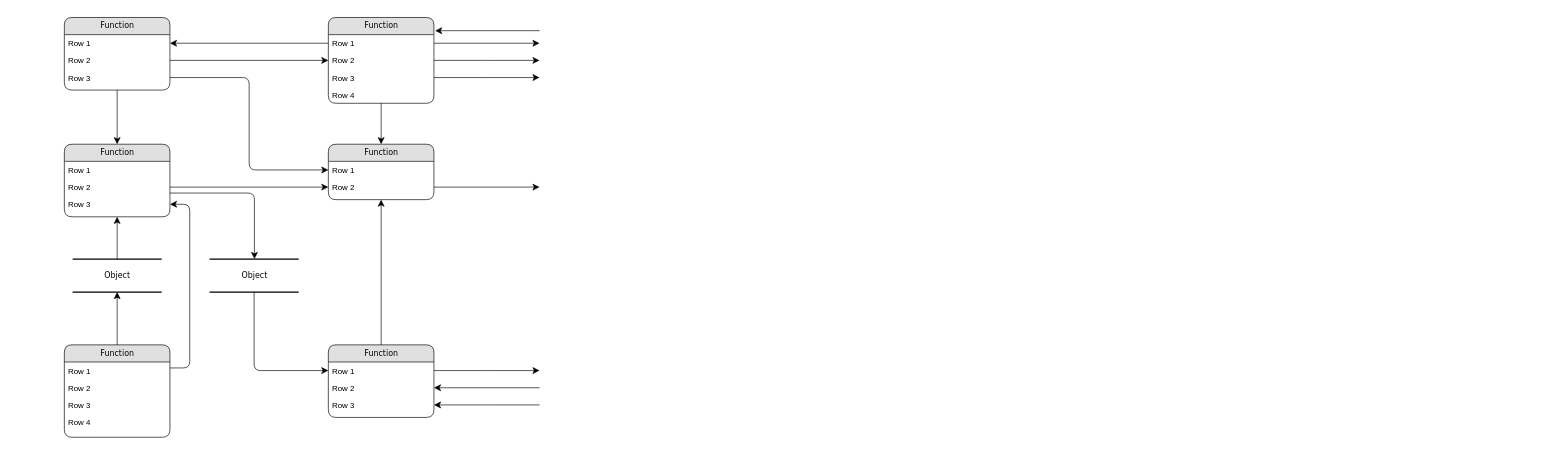
Above: Диаграмма без названия.drawio in mih-ap/dwaw.io (draw.io), before the change. Source tidied: cells renumbered, new cells numbered last; positions are measured from the earlier drawing's top-left corner, leaving out a move shared by most shapes. Both pictures are drawn from the tidied source at 66%, with x=0, y=0 at pixel (64, 17).
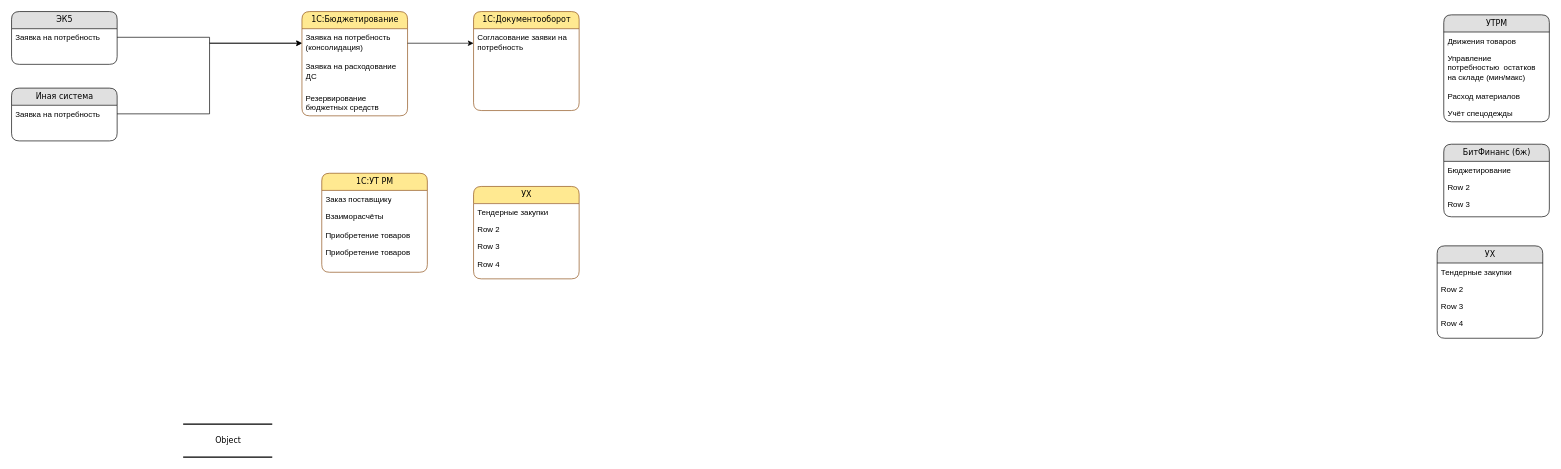
The same page after the edit.

The change refers to these unchanged cells:
```xml
<mxCell id="14" value="Row 2" style="text;html=1;strokeColor=none;fillColor=none;spacingLeft=4;spacingRight=4;whiteSpace=wrap;overflow=hidden;points=[[0,0.5],[1,0.5]];portConstraint=eastwest;" parent="12" vertex="1">
  <mxGeometry y="52" width="160" height="26" as="geometry" />
</mxCell>
<mxCell id="15" value="Row 3" style="text;html=1;strokeColor=none;fillColor=none;spacingLeft=4;spacingRight=4;whiteSpace=wrap;overflow=hidden;points=[[0,0.5],[1,0.5]];portConstraint=eastwest;" parent="12" vertex="1">
  <mxGeometry y="78" width="160" height="26" as="geometry" />
</mxCell>
```

Diff of the diagram source:
```diff
@@
     <mxCell id="2" value="Object" style="html=1;rounded=0;shadow=0;comic=0;labelBackgroundColor=none;strokeWidth=2;fontFamily=Verdana;fontSize=12;align=center;shape=mxgraph.ios7ui.horLines;" parent="1" vertex="1">
-      <mxGeometry x="12.5" y="366" width="135" height="50" as="geometry" />
+      <mxGeometry x="180" y="616" width="135" height="50" as="geometry" />
     </mxCell>
-    <mxCell id="3" value="Function" style="swimlane;html=1;fontStyle=0;horizontal=1;startSize=26;fillColor=#e0e0e0;swimlaneFillColor=#ffffff;align=center;rounded=1;shadow=0;comic=0;labelBackgroundColor=none;strokeWidth=1;fontFamily=Verdana;fontSize=12;" parent="1" vertex="1">
-      <mxGeometry width="160" height="110" as="geometry" />
+    <mxCell id="3" value="УТРМ" style="swimlane;html=1;fontStyle=0;horizontal=1;startSize=26;fillColor=#e0e0e0;swimlaneFillColor=#ffffff;align=center;rounded=1;shadow=0;comic=0;labelBackgroundColor=none;strokeWidth=1;fontFamily=Verdana;fontSize=12;" parent="1" vertex="1">
+      <mxGeometry x="2090" y="-4" width="160" height="162" as="geometry" />
     </mxCell>
-    <mxCell id="4" value="Row 1" style="text;html=1;strokeColor=none;fillColor=none;spacingLeft=4;spacingRight=4;whiteSpace=wrap;overflow=hidden;points=[[0,0.5],[1,0.5]];portConstraint=eastwest;" parent="3" vertex="1">
+    <mxCell id="4" value="Движения товаров" style="text;html=1;strokeColor=none;fillColor=none;spacingLeft=4;spacingRight=4;whiteSpace=wrap;overflow=hidden;points=[[0,0.5],[1,0.5]];portConstraint=eastwest;" parent="3" vertex="1">
       <mxGeometry y="26" width="160" height="26" as="geometry" />
     </mxCell>
-    <mxCell id="5" value="Row 2" style="text;html=1;strokeColor=none;fillColor=none;spacingLeft=4;spacingRight=4;whiteSpace=wrap;overflow=hidden;points=[[0,0.5],[1,0.5]];portConstraint=eastwest;" parent="3" vertex="1">
-      <mxGeometry y="52" width="160" height="26" as="geometry" />
+    <mxCell id="5" value="Управление потребностью&amp;nbsp; остатков на складе (мин/макс)" style="text;html=1;strokeColor=none;fillColor=none;spacingLeft=4;spacingRight=4;whiteSpace=wrap;overflow=hidden;points=[[0,0.5],[1,0.5]];portConstraint=eastwest;" parent="3" vertex="1">
+      <mxGeometry y="52" width="160" height="58" as="geometry" />
     </mxCell>
-    <mxCell id="6" value="Row 3" style="text;html=1;strokeColor=none;fillColor=none;spacingLeft=4;spacingRight=4;whiteSpace=wrap;overflow=hidden;points=[[0,0.5],[1,0.5]];portConstraint=eastwest;" parent="3" vertex="1">
-      <mxGeometry y="78" width="160" height="26" as="geometry" />
+    <mxCell id="6" value="Расход материалов" style="text;html=1;strokeColor=none;fillColor=none;spacingLeft=4;spacingRight=4;whiteSpace=wrap;overflow=hidden;points=[[0,0.5],[1,0.5]];portConstraint=eastwest;" parent="3" vertex="1">
+      <mxGeometry y="110" width="160" height="26" as="geometry" />
     </mxCell>
-    <mxCell id="7" value="Function" style="swimlane;html=1;fontStyle=0;horizontal=1;startSize=26;fillColor=#e0e0e0;swimlaneFillColor=#ffffff;align=center;rounded=1;shadow=0;comic=0;labelBackgroundColor=none;strokeWidth=1;fontFamily=Verdana;fontSize=12;" parent="1" vertex="1">
-      <mxGeometry x="400" width="160" height="130" as="geometry" />
-    </mxCell>
-    <mxCell id="8" value="Row 1" style="text;html=1;strokeColor=none;fillColor=none;spacingLeft=4;spacingRight=4;whiteSpace=wrap;overflow=hidden;points=[[0,0.5],[1,0.5]];portConstraint=eastwest;" parent="7" vertex="1">
-      <mxGeometry y="26" width="160" height="26" as="geometry" />
-    </mxCell>
-    <mxCell id="9" value="Row 2" style="text;html=1;strokeColor=none;fillColor=none;spacingLeft=4;spacingRight=4;whiteSpace=wrap;overflow=hidden;points=[[0,0.5],[1,0.5]];portConstraint=eastwest;" parent="7" vertex="1">
-      <mxGeometry y="52" width="160" height="26" as="geometry" />
-    </mxCell>
-    <mxCell id="10" value="Row 3" style="text;html=1;strokeColor=none;fillColor=none;spacingLeft=4;spacingRight=4;whiteSpace=wrap;overflow=hidden;points=[[0,0.5],[1,0.5]];portConstraint=eastwest;" parent="7" vertex="1">
-      <mxGeometry y="78" width="160" height="26" as="geometry" />
-    </mxCell>
-    <mxCell id="11" value="Row 4" style="text;html=1;strokeColor=none;fillColor=none;spacingLeft=4;spacingRight=4;whiteSpace=wrap;overflow=hidden;" parent="7" vertex="1">
-      <mxGeometry y="104" width="160" height="26" as="geometry" />
-    </mxCell>
+    <mxCell id="49" value="Учёт спецодежды" style="text;html=1;strokeColor=none;fillColor=none;spacingLeft=4;spacingRight=4;whiteSpace=wrap;overflow=hidden;" parent="3" vertex="1">
+      <mxGeometry y="136" width="160" height="26" as="geometry" />
+    </mxCell>
-    <mxCell id="12" value="Function" style="swimlane;html=1;fontStyle=0;horizontal=1;startSize=26;fillColor=#e0e0e0;swimlaneFillColor=#ffffff;align=center;rounded=1;shadow=0;comic=0;labelBackgroundColor=none;strokeWidth=1;fontFamily=Verdana;fontSize=12;" parent="1" vertex="1">
-      <mxGeometry y="192" width="160" height="110" as="geometry" />
+    <mxCell id="12" value="БитФинанс (бж)" style="swimlane;html=1;fontStyle=0;horizontal=1;startSize=26;fillColor=#e0e0e0;swimlaneFillColor=#ffffff;align=center;rounded=1;shadow=0;comic=0;labelBackgroundColor=none;strokeWidth=1;fontFamily=Verdana;fontSize=12;" parent="1" vertex="1">
+      <mxGeometry x="2090" y="192" width="160" height="110" as="geometry" />
     </mxCell>
-    <mxCell id="13" value="Row 1" style="text;html=1;strokeColor=none;fillColor=none;spacingLeft=4;spacingRight=4;whiteSpace=wrap;overflow=hidden;" parent="12" vertex="1">
+    <mxCell id="13" value="Бюджетирование" style="text;html=1;strokeColor=none;fillColor=none;spacingLeft=4;spacingRight=4;whiteSpace=wrap;overflow=hidden;" parent="12" vertex="1">
       <mxGeometry y="26" width="160" height="26" as="geometry" />
     </mxCell>
@@
-    <mxCell id="16" value="Function" style="swimlane;html=1;fontStyle=0;horizontal=1;startSize=26;fillColor=#e0e0e0;swimlaneFillColor=#ffffff;align=center;rounded=1;shadow=0;comic=0;labelBackgroundColor=none;strokeWidth=1;fontFamily=Verdana;fontSize=12;" parent="1" vertex="1">
-      <mxGeometry y="496" width="160" height="140" as="geometry" />
+    <mxCell id="16" value="УХ" style="swimlane;html=1;fontStyle=0;horizontal=1;startSize=26;fillColor=#e0e0e0;swimlaneFillColor=#ffffff;align=center;rounded=1;shadow=0;comic=0;labelBackgroundColor=none;strokeWidth=1;fontFamily=Verdana;fontSize=12;" parent="1" vertex="1">
+      <mxGeometry x="2080" y="346" width="160" height="140" as="geometry" />
     </mxCell>
-    <mxCell id="17" value="Row 1" style="text;html=1;strokeColor=none;fillColor=none;spacingLeft=4;spacingRight=4;whiteSpace=wrap;overflow=hidden;" parent="16" vertex="1">
+    <mxCell id="17" value="Тендерные закупки" style="text;html=1;strokeColor=none;fillColor=none;spacingLeft=4;spacingRight=4;whiteSpace=wrap;overflow=hidden;" parent="16" vertex="1">
       <mxGeometry y="26" width="160" height="26" as="geometry" />
     </mxCell>
@@
-    <mxCell id="21" value="Function" style="swimlane;html=1;fontStyle=0;horizontal=1;startSize=26;fillColor=#e0e0e0;swimlaneFillColor=#ffffff;align=center;rounded=1;shadow=0;comic=0;labelBackgroundColor=none;strokeWidth=1;fontFamily=Verdana;fontSize=12;" parent="1" vertex="1">
-      <mxGeometry x="400" y="192" width="160" height="84" as="geometry" />
-    </mxCell>
-    <mxCell id="22" value="Row 1" style="text;html=1;strokeColor=none;fillColor=none;spacingLeft=4;spacingRight=4;whiteSpace=wrap;overflow=hidden;points=[[0,0.5],[1,0.5]];portConstraint=eastwest;" parent="21" vertex="1">
-      <mxGeometry y="26" width="160" height="26" as="geometry" />
-    </mxCell>
-    <mxCell id="23" value="Row 2" style="text;html=1;strokeColor=none;fillColor=none;spacingLeft=4;spacingRight=4;whiteSpace=wrap;overflow=hidden;points=[[0,0.5],[1,0.5]];portConstraint=eastwest;" parent="21" vertex="1">
-      <mxGeometry y="52" width="160" height="26" as="geometry" />
-    </mxCell>
-    <mxCell id="24" value="Function" style="swimlane;html=1;fontStyle=0;horizontal=1;startSize=26;fillColor=#e0e0e0;swimlaneFillColor=#ffffff;align=center;rounded=1;shadow=0;comic=0;labelBackgroundColor=none;strokeWidth=1;fontFamily=Verdana;fontSize=12;" parent="1" vertex="1">
-      <mxGeometry x="400" y="496" width="160" height="110" as="geometry" />
-    </mxCell>
-    <mxCell id="25" value="Row 1" style="text;html=1;strokeColor=none;fillColor=none;spacingLeft=4;spacingRight=4;whiteSpace=wrap;overflow=hidden;points=[[0,0.5],[1,0.5]];portConstraint=eastwest;" parent="24" vertex="1">
-      <mxGeometry y="26" width="160" height="26" as="geometry" />
-    </mxCell>
-    <mxCell id="26" value="Row 2" style="text;html=1;strokeColor=none;fillColor=none;spacingLeft=4;spacingRight=4;whiteSpace=wrap;overflow=hidden;points=[[0,0.5],[1,0.5]];portConstraint=eastwest;" parent="24" vertex="1">
-      <mxGeometry y="52" width="160" height="26" as="geometry" />
-    </mxCell>
-    <mxCell id="27" value="Row 3" style="text;html=1;strokeColor=none;fillColor=none;spacingLeft=4;spacingRight=4;whiteSpace=wrap;overflow=hidden;points=[[0,0.5],[1,0.5]];portConstraint=eastwest;" parent="24" vertex="1">
-      <mxGeometry y="78" width="160" height="26" as="geometry" />
-    </mxCell>
-    <mxCell id="28" value="Object" style="html=1;rounded=0;shadow=0;comic=0;labelBackgroundColor=none;strokeWidth=2;fontFamily=Verdana;fontSize=12;align=center;shape=mxgraph.ios7ui.horLines;" parent="1" vertex="1">
-      <mxGeometry x="220" y="366" width="135" height="50" as="geometry" />
-    </mxCell>
-    <mxCell id="29" style="edgeStyle=none;html=1;labelBackgroundColor=none;startFill=0;startSize=8;endFill=1;endSize=8;fontFamily=Verdana;fontSize=12;" parent="1" edge="1" source="16" target="2">
-      <mxGeometry relative="1" as="geometry" />
-    </mxCell>
-    <mxCell id="30" style="edgeStyle=none;html=1;labelBackgroundColor=none;startFill=0;startSize=8;endFill=1;endSize=8;fontFamily=Verdana;fontSize=12;" parent="1" edge="1" source="2" target="12">
-      <mxGeometry relative="1" as="geometry" />
-    </mxCell>
-    <mxCell id="31" style="edgeStyle=orthogonalEdgeStyle;html=1;labelBackgroundColor=none;startFill=0;startSize=8;endFill=1;endSize=8;fontFamily=Verdana;fontSize=12;exitX=1;exitY=0.25;entryX=1;entryY=0.5;" parent="1" edge="1" source="16" target="15">
-      <mxGeometry relative="1" as="geometry">
-        <Array as="points">
-          <mxPoint x="190" y="531" />
-          <mxPoint x="190" y="283" />
-        </Array>
-      </mxGeometry>
-    </mxCell>
-    <mxCell id="32" style="edgeStyle=orthogonalEdgeStyle;html=1;labelBackgroundColor=none;startFill=0;startSize=8;endFill=1;endSize=8;fontFamily=Verdana;fontSize=12;" parent="1" edge="1" source="28" target="25">
-      <mxGeometry x="-0.13" y="32" relative="1" as="geometry" />
-    </mxCell>
-    <mxCell id="33" style="edgeStyle=orthogonalEdgeStyle;html=1;labelBackgroundColor=none;startFill=0;startSize=8;endFill=1;endSize=8;fontFamily=Verdana;fontSize=12;" parent="1" edge="1" source="12" target="28">
-      <mxGeometry relative="1" as="geometry">
-        <Array as="points">
-          <mxPoint x="288" y="266" />
-        </Array>
-      </mxGeometry>
-    </mxCell>
-    <mxCell id="34" style="edgeStyle=orthogonalEdgeStyle;html=1;labelBackgroundColor=none;startFill=0;startSize=8;endFill=1;endSize=8;fontFamily=Verdana;fontSize=12;" parent="1" edge="1" source="3" target="12">
-      <mxGeometry relative="1" as="geometry" />
-    </mxCell>
-    <mxCell id="35" style="edgeStyle=orthogonalEdgeStyle;html=1;labelBackgroundColor=none;startFill=0;startSize=8;endFill=1;endSize=8;fontFamily=Verdana;fontSize=12;" parent="1" edge="1" source="24" target="21">
-      <mxGeometry relative="1" as="geometry" />
-    </mxCell>
-    <mxCell id="36" style="edgeStyle=orthogonalEdgeStyle;html=1;labelBackgroundColor=none;startFill=0;startSize=8;endFill=1;endSize=8;fontFamily=Verdana;fontSize=12;" parent="1" edge="1" source="7" target="21">
-      <mxGeometry relative="1" as="geometry" />
-    </mxCell>
-    <mxCell id="37" style="edgeStyle=orthogonalEdgeStyle;html=1;entryX=0;entryY=0.5;labelBackgroundColor=none;startFill=0;startSize=8;endFill=1;endSize=8;fontFamily=Verdana;fontSize=12;exitX=1;exitY=0.5;" parent="1" edge="1" source="5" target="9">
-      <mxGeometry relative="1" as="geometry" />
-    </mxCell>
-    <mxCell id="38" style="edgeStyle=orthogonalEdgeStyle;html=1;exitX=0;exitY=0.5;entryX=1;entryY=0.5;labelBackgroundColor=none;startFill=0;startSize=8;endFill=1;endSize=8;fontFamily=Verdana;fontSize=12;" parent="1" edge="1" source="8" target="4">
-      <mxGeometry relative="1" as="geometry" />
-    </mxCell>
-    <mxCell id="39" style="edgeStyle=orthogonalEdgeStyle;html=1;exitX=1;exitY=0.5;entryX=0;entryY=0.5;labelBackgroundColor=none;startFill=0;startSize=8;endFill=1;endSize=8;fontFamily=Verdana;fontSize=12;" parent="1" edge="1" source="6" target="22">
-      <mxGeometry relative="1" as="geometry" />
-    </mxCell>
-    <mxCell id="40" style="edgeStyle=orthogonalEdgeStyle;html=1;exitX=1;exitY=0.5;entryX=0;entryY=0.5;labelBackgroundColor=none;startFill=0;startSize=8;endFill=1;endSize=8;fontFamily=Verdana;fontSize=12;" parent="1" edge="1" source="14" target="23">
-      <mxGeometry relative="1" as="geometry" />
-    </mxCell>
-    <mxCell id="41" style="edgeStyle=orthogonalEdgeStyle;html=1;labelBackgroundColor=none;startFill=0;startSize=8;endFill=1;endSize=8;fontFamily=Verdana;fontSize=12;" parent="1" edge="1" source="23">
-      <mxGeometry relative="1" as="geometry">
-        <mxPoint x="720" y="257" as="targetPoint" />
-      </mxGeometry>
-    </mxCell>
-    <mxCell id="42" style="edgeStyle=orthogonalEdgeStyle;html=1;exitX=1;exitY=0.5;labelBackgroundColor=none;startFill=0;startSize=8;endFill=1;endSize=8;fontFamily=Verdana;fontSize=12;" parent="1" edge="1" source="25">
-      <mxGeometry relative="1" as="geometry">
-        <mxPoint x="720" y="535" as="targetPoint" />
-      </mxGeometry>
-    </mxCell>
-    <mxCell id="43" style="edgeStyle=orthogonalEdgeStyle;html=1;labelBackgroundColor=none;startFill=0;startSize=8;endFill=1;endSize=8;fontFamily=Verdana;fontSize=12;entryX=1;entryY=0.5;" parent="1" edge="1" target="26">
-      <mxGeometry relative="1" as="geometry">
-        <mxPoint x="720" y="561" as="sourcePoint" />
-        <Array as="points">
-          <mxPoint x="720" y="561" />
-        </Array>
-      </mxGeometry>
-    </mxCell>
-    <mxCell id="44" style="edgeStyle=orthogonalEdgeStyle;html=1;labelBackgroundColor=none;startFill=0;startSize=8;endFill=1;endSize=8;fontFamily=Verdana;fontSize=12;entryX=1;entryY=0.5;" parent="1" edge="1" target="27">
-      <mxGeometry relative="1" as="geometry">
-        <mxPoint x="720" y="587" as="sourcePoint" />
-        <Array as="points">
-          <mxPoint x="640" y="587" />
-          <mxPoint x="640" y="587" />
-        </Array>
-      </mxGeometry>
-    </mxCell>
-    <mxCell id="45" style="edgeStyle=orthogonalEdgeStyle;html=1;exitX=1;exitY=0.5;labelBackgroundColor=none;startFill=0;startSize=8;endFill=1;endSize=8;fontFamily=Verdana;fontSize=12;" parent="1" edge="1" source="8">
-      <mxGeometry relative="1" as="geometry">
-        <mxPoint x="720" y="39" as="targetPoint" />
-      </mxGeometry>
-    </mxCell>
-    <mxCell id="46" style="edgeStyle=orthogonalEdgeStyle;html=1;exitX=1;exitY=0.5;labelBackgroundColor=none;startFill=0;startSize=8;endFill=1;endSize=8;fontFamily=Verdana;fontSize=12;" parent="1" edge="1" source="9">
-      <mxGeometry relative="1" as="geometry">
-        <mxPoint x="720" y="65" as="targetPoint" />
-      </mxGeometry>
-    </mxCell>
-    <mxCell id="47" style="edgeStyle=orthogonalEdgeStyle;html=1;exitX=1;exitY=0.5;labelBackgroundColor=none;startFill=0;startSize=8;endFill=1;endSize=8;fontFamily=Verdana;fontSize=12;" parent="1" edge="1" source="10">
-      <mxGeometry relative="1" as="geometry">
-        <mxPoint x="720" y="91" as="targetPoint" />
-      </mxGeometry>
-    </mxCell>
-    <mxCell id="48" style="edgeStyle=elbowEdgeStyle;html=1;labelBackgroundColor=none;startFill=0;startSize=8;endFill=1;endSize=8;fontFamily=Verdana;fontSize=12;elbow=vertical;entryX=1.011;entryY=0.152;entryPerimeter=0;" parent="1" edge="1" target="7">
-      <mxGeometry relative="1" as="geometry">
-        <mxPoint x="720" y="20" as="sourcePoint" />
-        <Array as="points">
-          <mxPoint x="650" y="20" />
-        </Array>
-      </mxGeometry>
-    </mxCell>
+    <mxCell id="50" value="1С:УТ РМ" style="swimlane;html=1;fontStyle=0;horizontal=1;startSize=26;fillColor=#FFE991;swimlaneFillColor=#ffffff;align=center;rounded=1;shadow=0;comic=0;labelBackgroundColor=none;strokeWidth=1;fontFamily=Verdana;fontSize=12;strokeColor=#8B4D13;" parent="1" vertex="1">
+      <mxGeometry x="390" y="236" width="160" height="150" as="geometry" />
+    </mxCell>
+    <mxCell id="51" value="Заказ поставщику" style="text;html=1;strokeColor=none;fillColor=none;spacingLeft=4;spacingRight=4;whiteSpace=wrap;overflow=hidden;" parent="50" vertex="1">
+      <mxGeometry y="26" width="160" height="26" as="geometry" />
+    </mxCell>
+    <mxCell id="52" value="Взаиморасчёты" style="text;html=1;strokeColor=none;fillColor=none;spacingLeft=4;spacingRight=4;whiteSpace=wrap;overflow=hidden;" parent="50" vertex="1">
+      <mxGeometry y="52" width="160" height="28" as="geometry" />
+    </mxCell>
+    <mxCell id="53" value="Приобретение товаров" style="text;html=1;strokeColor=none;fillColor=none;spacingLeft=4;spacingRight=4;whiteSpace=wrap;overflow=hidden;" parent="50" vertex="1">
+      <mxGeometry y="80" width="160" height="26" as="geometry" />
+    </mxCell>
+    <mxCell id="54" value="Приобретение товаров" style="text;html=1;strokeColor=none;fillColor=none;spacingLeft=4;spacingRight=4;whiteSpace=wrap;overflow=hidden;" parent="50" vertex="1">
+      <mxGeometry y="106" width="160" height="26" as="geometry" />
+    </mxCell>
+    <mxCell id="55" value="1С:Бюджетирование" style="swimlane;html=1;fontStyle=0;horizontal=1;startSize=26;fillColor=#FFE991;swimlaneFillColor=#ffffff;align=center;rounded=1;shadow=0;comic=0;labelBackgroundColor=none;strokeWidth=1;fontFamily=Verdana;fontSize=12;strokeColor=#8B4D13;" parent="1" vertex="1">
+      <mxGeometry x="360" y="-9" width="160" height="158" as="geometry" />
+    </mxCell>
+    <mxCell id="56" value="Заявка на потребность (консолидация)" style="text;html=1;strokeColor=none;fillColor=none;spacingLeft=4;spacingRight=4;whiteSpace=wrap;overflow=hidden;points=[[0,0.5],[1,0.5]];portConstraint=eastwest;" parent="55" vertex="1">
+      <mxGeometry y="26" width="160" height="44" as="geometry" />
+    </mxCell>
+    <mxCell id="57" value="Заявка на расходование ДС" style="text;html=1;strokeColor=none;fillColor=none;spacingLeft=4;spacingRight=4;whiteSpace=wrap;overflow=hidden;" parent="55" vertex="1">
+      <mxGeometry y="70" width="160" height="48" as="geometry" />
+    </mxCell>
+    <mxCell id="58" value="Резервирование бюджетных средств" style="text;html=1;strokeColor=none;fillColor=none;spacingLeft=4;spacingRight=4;whiteSpace=wrap;overflow=hidden;" parent="55" vertex="1">
+      <mxGeometry y="118" width="160" height="40" as="geometry" />
+    </mxCell>
+    <mxCell id="59" value="УХ" style="swimlane;html=1;fontStyle=0;horizontal=1;startSize=26;fillColor=#FFE991;swimlaneFillColor=#ffffff;align=center;rounded=1;shadow=0;comic=0;labelBackgroundColor=none;strokeWidth=1;fontFamily=Verdana;fontSize=12;strokeColor=#8B4D13;" parent="1" vertex="1">
+      <mxGeometry x="620" y="256" width="160" height="140" as="geometry" />
+    </mxCell>
+    <mxCell id="60" value="Тендерные закупки" style="text;html=1;strokeColor=none;fillColor=none;spacingLeft=4;spacingRight=4;whiteSpace=wrap;overflow=hidden;" parent="59" vertex="1">
+      <mxGeometry y="26" width="160" height="26" as="geometry" />
+    </mxCell>
+    <mxCell id="61" value="Row 2" style="text;html=1;strokeColor=none;fillColor=none;spacingLeft=4;spacingRight=4;whiteSpace=wrap;overflow=hidden;" parent="59" vertex="1">
+      <mxGeometry y="52" width="160" height="26" as="geometry" />
+    </mxCell>
+    <mxCell id="62" value="Row 3" style="text;html=1;strokeColor=none;fillColor=none;spacingLeft=4;spacingRight=4;whiteSpace=wrap;overflow=hidden;" parent="59" vertex="1">
+      <mxGeometry y="78" width="160" height="26" as="geometry" />
+    </mxCell>
+    <mxCell id="11" value="Row 4" style="text;html=1;strokeColor=none;fillColor=none;spacingLeft=4;spacingRight=4;whiteSpace=wrap;overflow=hidden;" parent="59" vertex="1">
+      <mxGeometry y="104" width="160" height="26" as="geometry" />
+    </mxCell>
+    <mxCell id="63" value="ЭК5" style="swimlane;html=1;fontStyle=0;horizontal=1;startSize=26;fillColor=#e0e0e0;swimlaneFillColor=#ffffff;align=center;rounded=1;shadow=0;comic=0;labelBackgroundColor=none;strokeWidth=1;fontFamily=Verdana;fontSize=12;" parent="1" vertex="1">
+      <mxGeometry x="-80" y="-9" width="160" height="80" as="geometry" />
+    </mxCell>
+    <mxCell id="64" value="Заявка на потребность" style="text;html=1;strokeColor=none;fillColor=none;spacingLeft=4;spacingRight=4;whiteSpace=wrap;overflow=hidden;points=[[0,0.5],[1,0.5]];portConstraint=eastwest;" parent="63" vertex="1">
+      <mxGeometry y="26" width="160" height="26" as="geometry" />
+    </mxCell>
+    <mxCell id="65" value="Иная система" style="swimlane;html=1;fontStyle=0;horizontal=1;startSize=26;fillColor=#e0e0e0;swimlaneFillColor=#ffffff;align=center;rounded=1;shadow=0;comic=0;labelBackgroundColor=none;strokeWidth=1;fontFamily=Verdana;fontSize=12;" parent="1" vertex="1">
+      <mxGeometry x="-80" y="107" width="160" height="80" as="geometry" />
+    </mxCell>
+    <mxCell id="66" value="Заявка на потребность" style="text;html=1;strokeColor=none;fillColor=none;spacingLeft=4;spacingRight=4;whiteSpace=wrap;overflow=hidden;points=[[0,0.5],[1,0.5]];portConstraint=eastwest;" parent="65" vertex="1">
+      <mxGeometry y="26" width="160" height="26" as="geometry" />
+    </mxCell>
+    <mxCell id="67" style="edgeStyle=orthogonalEdgeStyle;rounded=0;jettySize=auto;html=1;" parent="1" edge="1" source="64" target="56">
+      <mxGeometry relative="1" as="geometry" />
+    </mxCell>
+    <mxCell id="68" style="edgeStyle=orthogonalEdgeStyle;rounded=0;jettySize=auto;html=1;" parent="1" edge="1" source="66" target="56">
+      <mxGeometry relative="1" as="geometry" />
+    </mxCell>
+    <mxCell id="69" value="1С:Документооборот" style="swimlane;html=1;fontStyle=0;horizontal=1;startSize=26;fillColor=#FFE991;swimlaneFillColor=#ffffff;align=center;rounded=1;shadow=0;comic=0;labelBackgroundColor=none;strokeWidth=1;fontFamily=Verdana;fontSize=12;strokeColor=#8B4D13;" parent="1" vertex="1">
+      <mxGeometry x="620" y="-9" width="160" height="150" as="geometry" />
+    </mxCell>
+    <mxCell id="70" value="Согласование заявки на потребность" style="text;html=1;strokeColor=none;fillColor=none;spacingLeft=4;spacingRight=4;whiteSpace=wrap;overflow=hidden;points=[[0,0.5],[1,0.5]];portConstraint=eastwest;" parent="69" vertex="1">
+      <mxGeometry y="26" width="160" height="44" as="geometry" />
+    </mxCell>
+    <mxCell id="71" style="edgeStyle=orthogonalEdgeStyle;rounded=0;jettySize=auto;html=1;" parent="1" edge="1" source="56" target="70">
+      <mxGeometry relative="1" as="geometry" />
+    </mxCell>
```
